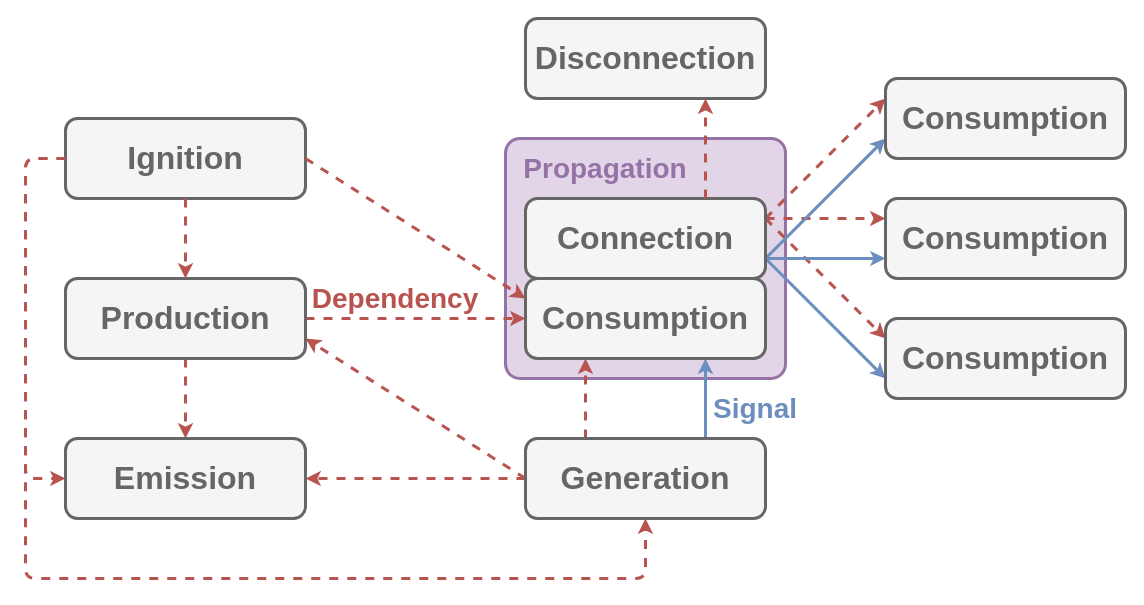
The draw.io diagram Documentation/Resources/Conduction.drawio in do-i-know-it/YggdrAshill.Nuadha, before the edit. Source tidied: cells renumbered, new cells numbered last; positions are measured from the earlier drawing's top-left corner, leaving out a move shared by most shapes. Both pictures are drawn from the tidied source at 100%, with x=0, y=0 at pixel (25, 18).
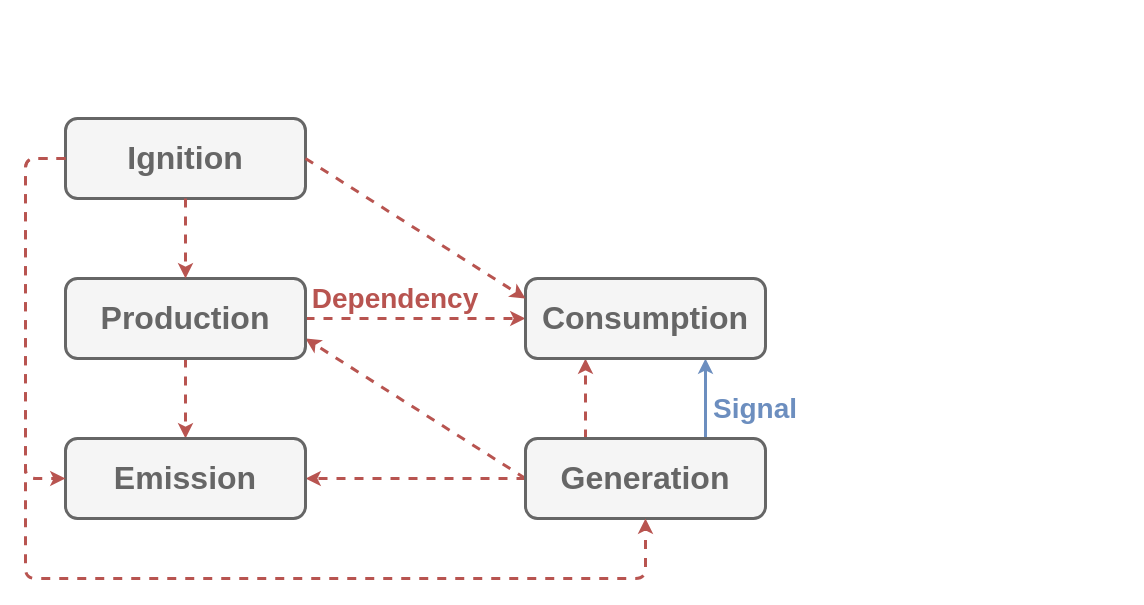
After the change.

Commit message (it also covers changes not shown here):
Modify document for Conduction

Change to the diagram source:
```diff
@@
-    <mxCell id="2" style="rounded=1;whiteSpace=wrap;html=1;arcSize=6;strokeWidth=3;fillColor=#e1d5e7;strokeColor=#9673A6;" parent="1" vertex="1">
-      <mxGeometry x="480" y="120" width="280" height="240" as="geometry" />
-    </mxCell>
-    <mxCell id="3" value="&lt;b&gt;&lt;font style=&quot;font-size: 28px&quot; color=&quot;#9673a6&quot;&gt;Propagation&lt;/font&gt;&lt;/b&gt;" style="text;html=1;align=center;verticalAlign=middle;whiteSpace=wrap;rounded=0;" parent="1" vertex="1">
-      <mxGeometry x="480" y="130" width="200" height="40" as="geometry" />
-    </mxCell>
-    <mxCell id="4" style="endArrow=classic;html=1;exitX=1;exitY=0.25;exitDx=0;exitDy=0;entryX=0;entryY=0.25;entryDx=0;entryDy=0;fillColor=#f8cecc;strokeColor=#b85450;strokeWidth=3;dashed=1;" parent="1" edge="1" source="18" target="20">
-      <mxGeometry relative="1" as="geometry" />
-    </mxCell>
-    <mxCell id="5" style="endArrow=classic;html=1;exitX=1;exitY=0.25;exitDx=0;exitDy=0;entryX=0;entryY=0.25;entryDx=0;entryDy=0;fillColor=#f8cecc;strokeColor=#b85450;strokeWidth=3;dashed=1;" parent="1" edge="1" source="18" target="19">
-      <mxGeometry relative="1" as="geometry" />
-    </mxCell>
-    <mxCell id="6" style="endArrow=classic;html=1;exitX=1;exitY=0.25;exitDx=0;exitDy=0;entryX=0;entryY=0.25;entryDx=0;entryDy=0;fillColor=#f8cecc;strokeColor=#b85450;strokeWidth=3;dashed=1;" parent="1" edge="1" source="18" target="21">
-      <mxGeometry relative="1" as="geometry" />
-    </mxCell>
-    <mxCell id="7" style="endArrow=classic;html=1;exitX=1;exitY=0.75;exitDx=0;exitDy=0;entryX=0;entryY=0.75;entryDx=0;entryDy=0;strokeWidth=3;fillColor=#dae8fc;strokeColor=#6c8ebf;" parent="1" edge="1" source="18" target="21">
-      <mxGeometry relative="1" as="geometry" />
-    </mxCell>
-    <mxCell id="8" style="endArrow=classic;html=1;exitX=1;exitY=0.75;exitDx=0;exitDy=0;entryX=0;entryY=0.75;entryDx=0;entryDy=0;strokeWidth=3;fillColor=#dae8fc;strokeColor=#6c8ebf;" parent="1" edge="1" source="18" target="19">
-      <mxGeometry relative="1" as="geometry" />
-    </mxCell>
-    <mxCell id="9" style="endArrow=classic;html=1;exitX=1;exitY=0.75;exitDx=0;exitDy=0;entryX=0;entryY=0.75;entryDx=0;entryDy=0;strokeWidth=3;fillColor=#dae8fc;strokeColor=#6c8ebf;" parent="1" edge="1" source="18" target="20">
-      <mxGeometry relative="1" as="geometry" />
-    </mxCell>
@@
-    <mxCell id="18" value="&lt;font style=&quot;font-size: 32px&quot; color=&quot;#666666&quot;&gt;&lt;b&gt;Connection&lt;/b&gt;&lt;/font&gt;" style="rounded=1;whiteSpace=wrap;html=1;strokeWidth=3;fillColor=#f5f5f5;strokeColor=#666666;fontColor=#333333;" parent="1" vertex="1">
-      <mxGeometry x="500" y="180" width="240" height="80" as="geometry" />
-    </mxCell>
-    <mxCell id="19" value="&lt;font style=&quot;font-size: 32px&quot; color=&quot;#666666&quot;&gt;&lt;b&gt;Consumption&lt;/b&gt;&lt;/font&gt;" style="rounded=1;whiteSpace=wrap;html=1;fillColor=#f5f5f5;strokeColor=#666666;strokeWidth=3;fontColor=#333333;" parent="1" vertex="1">
-      <mxGeometry x="860" y="60" width="240" height="80" as="geometry" />
-    </mxCell>
-    <mxCell id="20" value="&lt;font style=&quot;font-size: 32px&quot; color=&quot;#666666&quot;&gt;&lt;b&gt;Consumption&lt;/b&gt;&lt;/font&gt;" style="rounded=1;whiteSpace=wrap;html=1;fillColor=#f5f5f5;strokeColor=#666666;strokeWidth=3;fontColor=#333333;" parent="1" vertex="1">
-      <mxGeometry x="860" y="300" width="240" height="80" as="geometry" />
-    </mxCell>
-    <mxCell id="21" value="&lt;font style=&quot;font-size: 32px&quot; color=&quot;#666666&quot;&gt;&lt;b&gt;Consumption&lt;/b&gt;&lt;/font&gt;" style="rounded=1;whiteSpace=wrap;html=1;fillColor=#f5f5f5;strokeColor=#666666;strokeWidth=3;fontColor=#333333;" parent="1" vertex="1">
-      <mxGeometry x="860" y="180" width="240" height="80" as="geometry" />
-    </mxCell>
@@
-    <mxCell id="31" value="&lt;font style=&quot;font-size: 32px&quot; color=&quot;#666666&quot;&gt;&lt;b&gt;Disconnection&lt;/b&gt;&lt;/font&gt;" style="rounded=1;whiteSpace=wrap;html=1;fillColor=#f5f5f5;strokeColor=#666666;strokeWidth=3;fontColor=#333333;" parent="1" vertex="1">
-      <mxGeometry x="500" width="240" height="80" as="geometry" />
-    </mxCell>
-    <mxCell id="32" style="endArrow=classic;html=1;exitX=0.75;exitY=0;exitDx=0;exitDy=0;entryX=0.75;entryY=1;entryDx=0;entryDy=0;fillColor=#f8cecc;strokeColor=#b85450;strokeWidth=3;dashed=1;" parent="1" edge="1" source="18" target="31">
-      <mxGeometry relative="1" as="geometry" />
-    </mxCell>
```
